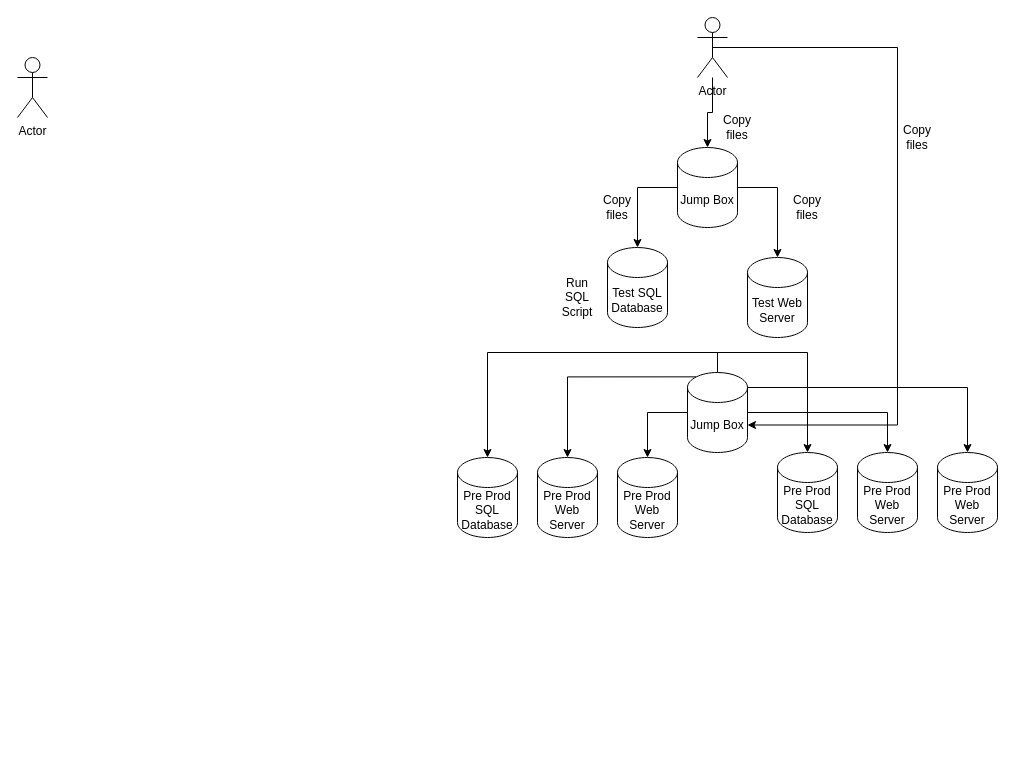
Before: AutomatedDeployments.drawio in mattwatts36/drawings, a draw.io diagram. Source tidied: cells renumbered, new cells numbered last; positions are measured from the earlier drawing's top-left corner, leaving out a move shared by most shapes. Both pictures are drawn from the tidied source at 100%, with x=0, y=0 at pixel (17, 17).
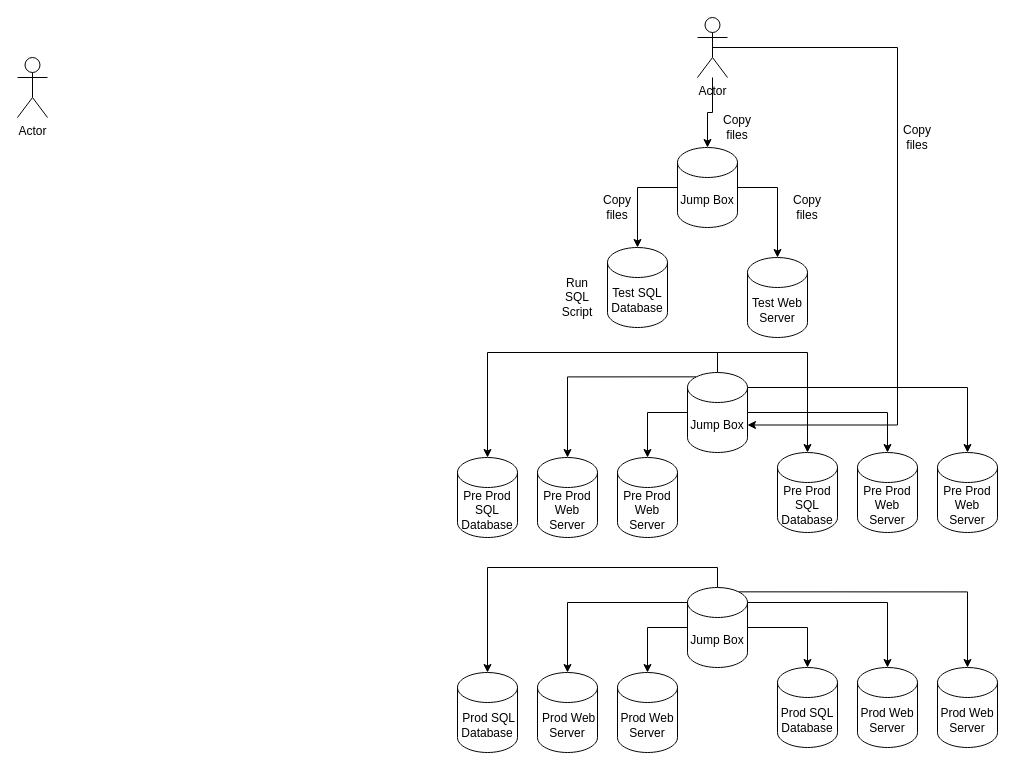
The same diagram, later.

Change to the diagram source:
```diff
@@
+    <mxCell id="29" style="edgeStyle=orthogonalEdgeStyle;rounded=0;jettySize=auto;html=1;" parent="1" edge="1" source="35" target="38">
+      <mxGeometry relative="1" as="geometry" />
+    </mxCell>
+    <mxCell id="30" style="edgeStyle=orthogonalEdgeStyle;rounded=0;jettySize=auto;html=1;exitX=0;exitY=0;exitDx=0;exitDy=15;exitPerimeter=0;entryX=0.5;entryY=0;entryDx=0;entryDy=0;entryPerimeter=0;" parent="1" edge="1" source="35" target="37">
+      <mxGeometry relative="1" as="geometry" />
+    </mxCell>
+    <mxCell id="31" style="edgeStyle=orthogonalEdgeStyle;rounded=0;jettySize=auto;html=1;exitX=0.5;exitY=0;exitDx=0;exitDy=0;exitPerimeter=0;entryX=0.5;entryY=0;entryDx=0;entryDy=0;entryPerimeter=0;" parent="1" edge="1" source="35" target="36">
+      <mxGeometry relative="1" as="geometry" />
+    </mxCell>
+    <mxCell id="32" style="edgeStyle=orthogonalEdgeStyle;rounded=0;jettySize=auto;html=1;exitX=1;exitY=0.5;exitDx=0;exitDy=0;exitPerimeter=0;entryX=0.5;entryY=0;entryDx=0;entryDy=0;entryPerimeter=0;" parent="1" edge="1" source="35" target="39">
+      <mxGeometry relative="1" as="geometry" />
+    </mxCell>
+    <mxCell id="33" style="edgeStyle=orthogonalEdgeStyle;rounded=0;jettySize=auto;html=1;exitX=1;exitY=0;exitDx=0;exitDy=15;exitPerimeter=0;entryX=0.5;entryY=0;entryDx=0;entryDy=0;entryPerimeter=0;" parent="1" edge="1" source="35" target="40">
+      <mxGeometry relative="1" as="geometry" />
+    </mxCell>
+    <mxCell id="34" style="edgeStyle=orthogonalEdgeStyle;rounded=0;jettySize=auto;html=1;exitX=0.855;exitY=0;exitDx=0;exitDy=4.35;exitPerimeter=0;entryX=0.5;entryY=0;entryDx=0;entryDy=0;entryPerimeter=0;" parent="1" edge="1" source="35" target="41">
+      <mxGeometry relative="1" as="geometry" />
+    </mxCell>
+    <mxCell id="35" value="Jump Box" style="shape=cylinder3;whiteSpace=wrap;html=1;boundedLbl=1;backgroundOutline=1;size=15;" parent="1" vertex="1">
+      <mxGeometry x="670" y="570" width="60" height="80" as="geometry" />
+    </mxCell>
+    <mxCell id="36" value="&amp;nbsp;Prod SQL Database" style="shape=cylinder3;whiteSpace=wrap;html=1;boundedLbl=1;backgroundOutline=1;size=15;" parent="1" vertex="1">
+      <mxGeometry x="440" y="655" width="60" height="80" as="geometry" />
+    </mxCell>
+    <mxCell id="37" value="&amp;nbsp;Prod Web Server" style="shape=cylinder3;whiteSpace=wrap;html=1;boundedLbl=1;backgroundOutline=1;size=15;" parent="1" vertex="1">
+      <mxGeometry x="520" y="655" width="60" height="80" as="geometry" />
+    </mxCell>
+    <mxCell id="38" value="Prod Web Server" style="shape=cylinder3;whiteSpace=wrap;html=1;boundedLbl=1;backgroundOutline=1;size=15;" parent="1" vertex="1">
+      <mxGeometry x="600" y="655" width="60" height="80" as="geometry" />
+    </mxCell>
+    <mxCell id="39" value="Prod SQL Database" style="shape=cylinder3;whiteSpace=wrap;html=1;boundedLbl=1;backgroundOutline=1;size=15;" parent="1" vertex="1">
+      <mxGeometry x="760" y="650" width="60" height="80" as="geometry" />
+    </mxCell>
+    <mxCell id="40" value="Prod Web Server" style="shape=cylinder3;whiteSpace=wrap;html=1;boundedLbl=1;backgroundOutline=1;size=15;" parent="1" vertex="1">
+      <mxGeometry x="840" y="650" width="60" height="80" as="geometry" />
+    </mxCell>
+    <mxCell id="41" value="Prod Web Server" style="shape=cylinder3;whiteSpace=wrap;html=1;boundedLbl=1;backgroundOutline=1;size=15;" parent="1" vertex="1">
+      <mxGeometry x="920" y="650" width="60" height="80" as="geometry" />
+    </mxCell>
```
